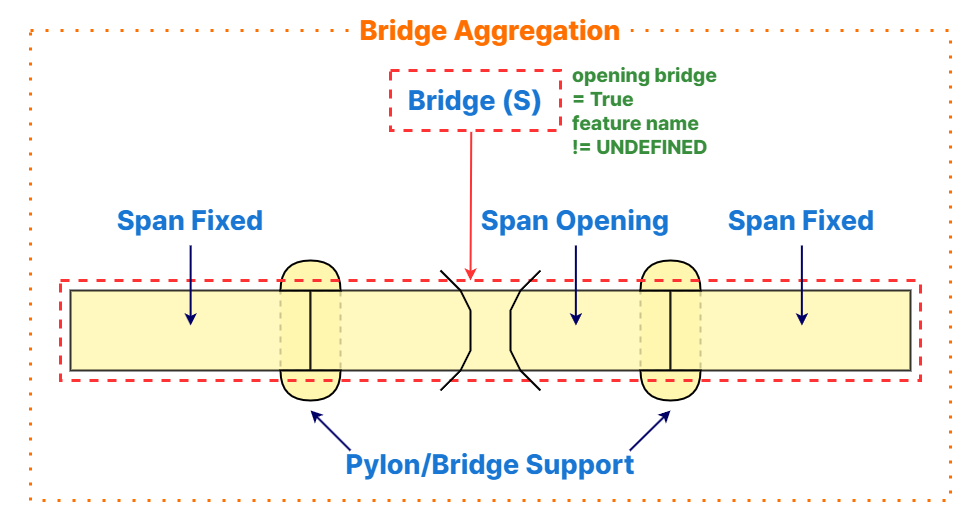
Before: sources/v2.0.0/images/Bridge/Bridge_image-1.png, a diagram exported from draw.io (son411-git/adoc_Test). Source tidied: cells renumbered, new cells last; positions are measured from the earlier drawing's top-left corner, leaving out a move shared by most shapes. Its diagram source:
```xml
<mxGraphModel>
  <root>
    <mxCell id="0" />
    <mxCell id="1" parent="0" />
    <mxCell id="2" style="rounded=0;whiteSpace=wrap;html=1;dashed=1;strokeWidth=3;dashPattern=1 4;strokeColor=none;" parent="1" vertex="1">
      <mxGeometry width="980" height="530" as="geometry" />
    </mxCell>
    <mxCell id="3" style="rounded=0;whiteSpace=wrap;html=1;fillColor=none;dashed=1;strokeColor=#FF6F00;strokeWidth=3;dashPattern=1 4;" parent="1" vertex="1">
      <mxGeometry x="30" y="30" width="920" height="470" as="geometry" />
    </mxCell>
    <mxCell id="4" style="rounded=0;whiteSpace=wrap;html=1;strokeColor=default;fillColor=#fff6af;strokeWidth=2;dashed=1;" parent="1" vertex="1">
      <mxGeometry x="280" y="290" width="60" height="80" as="geometry" />
    </mxCell>
    <mxCell id="5" style="rounded=0;whiteSpace=wrap;html=1;strokeColor=default;fillColor=#fff6af;strokeWidth=2;dashed=1;" parent="1" vertex="1">
      <mxGeometry x="640" y="290" width="60" height="80" as="geometry" />
    </mxCell>
    <mxCell id="6" style="rounded=0;whiteSpace=wrap;html=1;strokeColor=default;fillColor=#fff6af;strokeWidth=2;opacity=80;" parent="1" vertex="1">
      <mxGeometry x="70" y="290" width="240" height="80" as="geometry" />
    </mxCell>
    <mxCell id="7" style="rounded=0;whiteSpace=wrap;html=1;strokeColor=default;fillColor=#fff6af;strokeWidth=2;opacity=80;" parent="1" vertex="1">
      <mxGeometry x="310" y="290" width="360" height="80" as="geometry" />
    </mxCell>
    <mxCell id="8" style="rounded=0;whiteSpace=wrap;html=1;strokeColor=default;fillColor=#fff6af;strokeWidth=2;opacity=80;" parent="1" vertex="1">
      <mxGeometry x="670" y="290" width="240" height="80" as="geometry" />
    </mxCell>
    <mxCell id="9" value="&lt;span style=&quot;color: rgb(25, 118, 210); font-family: &amp;quot;Pretendard ExtraBold&amp;quot;; font-size: 28px; font-style: normal; font-variant-ligatures: normal; font-variant-caps: normal; font-weight: 400; letter-spacing: normal; orphans: 2; text-indent: 0px; text-transform: none; widows: 2; word-spacing: 0px; -webkit-text-stroke-width: 0px; white-space: normal; text-decoration-thickness: initial; text-decoration-style: initial; text-decoration-color: initial; float: none; display: inline !important;&quot;&gt;Span Opening&lt;/span&gt;" style="text;whiteSpace=wrap;html=1;align=center;verticalAlign=middle;" parent="1" vertex="1">
      <mxGeometry x="450" y="190" width="250" height="60" as="geometry" />
    </mxCell>
    <mxCell id="10" value="&lt;span style=&quot;color: rgb(25, 118, 210); font-family: &amp;quot;Pretendard ExtraBold&amp;quot;; font-size: 28px; font-style: normal; font-variant-ligatures: normal; font-variant-caps: normal; font-weight: 400; letter-spacing: normal; orphans: 2; text-indent: 0px; text-transform: none; widows: 2; word-spacing: 0px; -webkit-text-stroke-width: 0px; white-space: normal; text-decoration-thickness: initial; text-decoration-style: initial; text-decoration-color: initial; float: none; display: inline !important;&quot;&gt;Span Fixed&lt;/span&gt;" style="text;whiteSpace=wrap;html=1;align=center;verticalAlign=middle;" parent="1" vertex="1">
      <mxGeometry x="100" y="190" width="180" height="60" as="geometry" />
    </mxCell>
    <mxCell id="11" value="&lt;span style=&quot;color: rgb(25, 118, 210); font-family: &amp;quot;Pretendard ExtraBold&amp;quot;; font-size: 28px; font-style: normal; font-variant-ligatures: normal; font-variant-caps: normal; font-weight: 400; letter-spacing: normal; orphans: 2; text-indent: 0px; text-transform: none; widows: 2; word-spacing: 0px; -webkit-text-stroke-width: 0px; white-space: normal; text-decoration-thickness: initial; text-decoration-style: initial; text-decoration-color: initial; float: none; display: inline !important;&quot;&gt;Span Fixed&lt;/span&gt;" style="text;whiteSpace=wrap;html=1;align=center;verticalAlign=middle;" parent="1" vertex="1">
      <mxGeometry x="711" y="190" width="180" height="60" as="geometry" />
    </mxCell>
    <mxCell id="12" value="&lt;div&gt;&lt;font face=&quot;Pretendard ExtraBold&quot; color=&quot;#1976d2&quot; style=&quot;font-size: 28px;&quot;&gt;Pylon/Bridge Support&lt;/font&gt;&lt;/div&gt;" style="text;html=1;align=center;verticalAlign=middle;whiteSpace=wrap;rounded=0;fontSize=28;" parent="1" vertex="1">
      <mxGeometry x="330" y="434" width="320" height="60" as="geometry" />
    </mxCell>
    <mxCell id="13" style="endArrow=classic;html=1;rounded=0;fontColor=#000066;strokeColor=#000066;strokeWidth=2;" parent="1" edge="1">
      <mxGeometry relative="1" as="geometry">
        <mxPoint x="350" y="450" as="sourcePoint" />
        <mxPoint x="310" y="410" as="targetPoint" />
        <Array as="points">
          <mxPoint x="350" y="450" />
        </Array>
      </mxGeometry>
    </mxCell>
    <mxCell id="14" style="endArrow=classic;html=1;rounded=0;fontColor=#000066;strokeColor=#000066;strokeWidth=2;" parent="1" edge="1">
      <mxGeometry relative="1" as="geometry">
        <mxPoint x="629.3" y="450" as="sourcePoint" />
        <mxPoint x="670" y="410" as="targetPoint" />
        <Array as="points">
          <mxPoint x="630" y="450" />
        </Array>
      </mxGeometry>
    </mxCell>
    <mxCell id="15" style="shape=or;whiteSpace=wrap;html=1;rotation=-90;rounded=0;strokeColor=default;strokeWidth=2;align=center;verticalAlign=middle;fontFamily=Helvetica;fontSize=12;fontColor=default;fillColor=#fff6af;" parent="1" vertex="1">
      <mxGeometry x="655" y="245" width="30" height="60" as="geometry" />
    </mxCell>
    <mxCell id="16" style="shape=or;whiteSpace=wrap;html=1;rotation=-90;rounded=0;strokeColor=default;strokeWidth=2;align=center;verticalAlign=middle;fontFamily=Helvetica;fontSize=12;fontColor=default;fillColor=#fff6af;" parent="1" vertex="1">
      <mxGeometry x="295" y="245" width="30" height="60" as="geometry" />
    </mxCell>
    <mxCell id="17" style="shape=or;whiteSpace=wrap;html=1;rotation=-90;rounded=0;strokeColor=default;strokeWidth=2;align=center;verticalAlign=middle;fontFamily=Helvetica;fontSize=12;fontColor=default;fillColor=#fff6af;direction=west;" parent="1" vertex="1">
      <mxGeometry x="655" y="355" width="30" height="60" as="geometry" />
    </mxCell>
    <mxCell id="18" style="shape=or;whiteSpace=wrap;html=1;rotation=-90;rounded=0;strokeColor=default;strokeWidth=2;align=center;verticalAlign=middle;fontFamily=Helvetica;fontSize=12;fontColor=default;fillColor=#fff6af;direction=west;" parent="1" vertex="1">
      <mxGeometry x="295" y="355" width="30" height="60" as="geometry" />
    </mxCell>
    <mxCell id="19" value="&lt;div&gt;&lt;font face=&quot;Pretendard ExtraBold&quot; color=&quot;#1976d2&quot; style=&quot;font-size: 28px;&quot;&gt;Bridge (S)&lt;/font&gt;&lt;/div&gt;" style="text;html=1;align=center;verticalAlign=middle;whiteSpace=wrap;rounded=0;fontSize=28;strokeColor=#FF3333;dashed=1;strokeWidth=3;" parent="1" vertex="1">
      <mxGeometry x="390" y="70" width="170" height="60" as="geometry" />
    </mxCell>
    <mxCell id="20" style="rounded=0;whiteSpace=wrap;html=1;fillColor=none;dashed=1;strokeColor=#FF3333;strokeWidth=3;" parent="1" vertex="1">
      <mxGeometry x="60" y="280" width="860" height="100" as="geometry" />
    </mxCell>
    <mxCell id="21" style="endArrow=classic;html=1;rounded=0;fontColor=#000066;strokeColor=#000066;strokeWidth=2;endSize=6;" parent="1" edge="1">
      <mxGeometry relative="1" as="geometry">
        <mxPoint x="190.2" y="245" as="sourcePoint" />
        <mxPoint x="190" y="325" as="targetPoint" />
        <Array as="points">
          <mxPoint x="190.1" y="325" />
        </Array>
      </mxGeometry>
    </mxCell>
    <mxCell id="22" style="endArrow=classic;html=1;rounded=0;fontColor=#FF3333;strokeColor=#FF3333;strokeWidth=2;endSize=6;jumpStyle=arc;exitX=0.475;exitY=1.023;exitDx=0;exitDy=0;exitPerimeter=0;" parent="1" edge="1" source="19">
      <mxGeometry relative="1" as="geometry">
        <mxPoint x="470" y="280" as="targetPoint" />
        <Array as="points">
          <mxPoint x="470" y="280" />
        </Array>
      </mxGeometry>
    </mxCell>
    <mxCell id="23" style="group;" parent="1" vertex="1">
      <mxGeometry x="440" y="270" width="100" height="120" as="geometry" />
    </mxCell>
    <mxCell id="24" style="endArrow=none;html=1;rounded=0;strokeWidth=2;" parent="23" edge="1">
      <mxGeometry relative="1" as="geometry">
        <mxPoint y="120" as="sourcePoint" />
        <mxPoint as="targetPoint" />
        <Array as="points">
          <mxPoint x="10" y="110" />
          <mxPoint x="20" y="100" />
          <mxPoint x="30" y="80" />
          <mxPoint x="30" y="60" />
          <mxPoint x="30" y="40" />
          <mxPoint x="20" y="20" />
          <mxPoint x="10" y="10" />
        </Array>
      </mxGeometry>
    </mxCell>
    <mxCell id="25" style="endArrow=none;html=1;rounded=0;strokeWidth=2;" parent="23" edge="1">
      <mxGeometry relative="1" as="geometry">
        <mxPoint x="100" y="120" as="sourcePoint" />
        <mxPoint x="100" as="targetPoint" />
        <Array as="points">
          <mxPoint x="90" y="110" />
          <mxPoint x="80" y="100" />
          <mxPoint x="70" y="80" />
          <mxPoint x="70" y="60" />
          <mxPoint x="70" y="40" />
          <mxPoint x="80" y="20" />
          <mxPoint x="90" y="10" />
        </Array>
      </mxGeometry>
    </mxCell>
    <mxCell id="26" value="&lt;div&gt;&lt;font style=&quot;font-size: 28px;&quot; face=&quot;Pretendard ExtraBold&quot;&gt;Bridge Aggregation&lt;/font&gt;&lt;/div&gt;" style="text;html=1;align=center;verticalAlign=middle;whiteSpace=wrap;rounded=0;fontSize=28;fontColor=#FF6F00;fillColor=default;" parent="1" vertex="1">
      <mxGeometry x="350" width="280" height="60" as="geometry" />
    </mxCell>
    <mxCell id="27" style="endArrow=classic;html=1;rounded=0;fontColor=#000066;strokeColor=#000066;strokeWidth=2;endSize=6;" parent="1" edge="1">
      <mxGeometry relative="1" as="geometry">
        <mxPoint x="575.4" y="245" as="sourcePoint" />
        <mxPoint x="575.2" y="325" as="targetPoint" />
        <Array as="points">
          <mxPoint x="575.3" y="325" />
        </Array>
      </mxGeometry>
    </mxCell>
    <mxCell id="28" style="endArrow=classic;html=1;rounded=0;fontColor=#000066;strokeColor=#000066;strokeWidth=2;endSize=6;" parent="1" edge="1">
      <mxGeometry relative="1" as="geometry">
        <mxPoint x="801.4" y="245" as="sourcePoint" />
        <mxPoint x="801.2" y="325" as="targetPoint" />
        <Array as="points">
          <mxPoint x="801.3" y="325" />
        </Array>
      </mxGeometry>
    </mxCell>
    <mxCell id="29" value="&lt;div style=&quot;font-size: 20px;&quot;&gt;&lt;font style=&quot;font-size: 20px;&quot; face=&quot;Pretendard ExtraBold&quot; color=&quot;#388e3c&quot;&gt;opening bridge&amp;nbsp;&lt;/font&gt;&lt;/div&gt;&lt;div style=&quot;font-size: 20px;&quot;&gt;&lt;font style=&quot;font-size: 20px;&quot; face=&quot;Pretendard ExtraBold&quot; color=&quot;#388e3c&quot;&gt;= True&lt;br&gt;feature name&lt;/font&gt;&lt;/div&gt;&lt;div style=&quot;font-size: 20px;&quot;&gt;&lt;font style=&quot;font-size: 20px;&quot; face=&quot;Pretendard ExtraBold&quot; color=&quot;#388e3c&quot;&gt;!= UNDEFINED&lt;/font&gt;&lt;/div&gt;" style="text;html=1;align=left;verticalAlign=middle;whiteSpace=wrap;rounded=0;fontSize=28;" parent="1" vertex="1">
      <mxGeometry x="570" y="80" width="370" height="60" as="geometry" />
    </mxCell>
  </root>
</mxGraphModel>
```
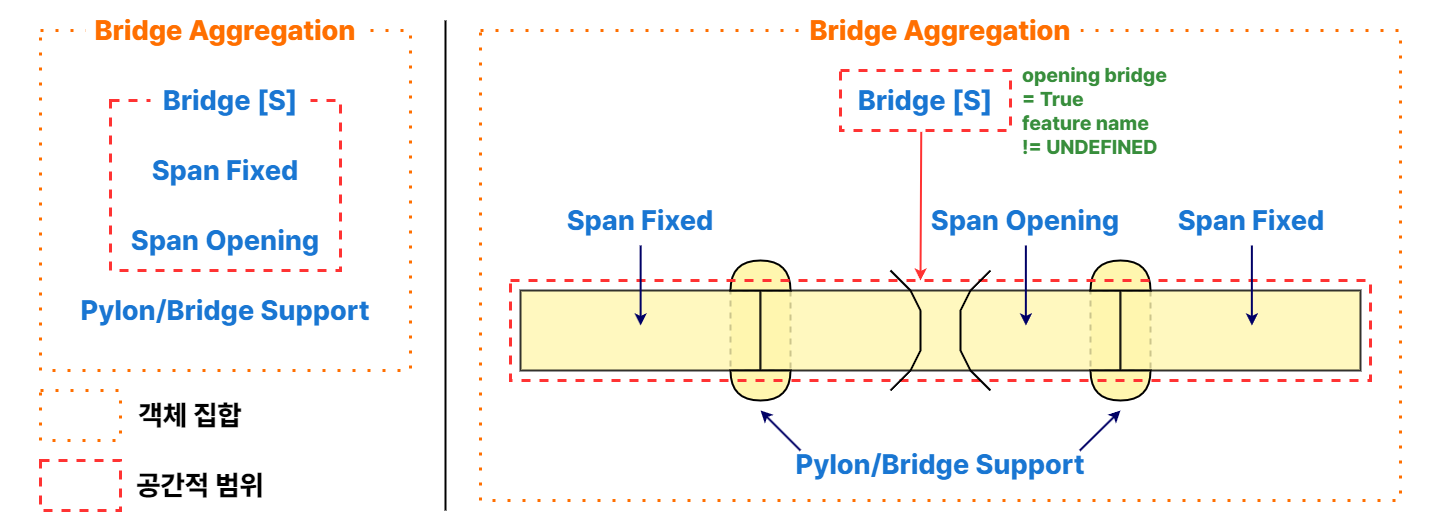
After the commit.

What changed in the source:
```diff
@@ -3,7 +3,7 @@
     <mxCell id="0" />
     <mxCell id="1" parent="0" />
     <mxCell id="2" style="rounded=0;whiteSpace=wrap;html=1;dashed=1;strokeWidth=3;dashPattern=1 4;strokeColor=none;" parent="1" vertex="1">
-      <mxGeometry width="980" height="530" as="geometry" />
+      <mxGeometry x="-450" width="1430" height="530" as="geometry" />
     </mxCell>
     <mxCell id="3" style="rounded=0;whiteSpace=wrap;html=1;fillColor=none;dashed=1;strokeColor=#FF6F00;strokeWidth=3;dashPattern=1 4;" parent="1" vertex="1">
       <mxGeometry x="30" y="30" width="920" height="470" as="geometry" />
@@ -65,7 +65,7 @@
     <mxCell id="18" style="shape=or;whiteSpace=wrap;html=1;rotation=-90;rounded=0;strokeColor=default;strokeWidth=2;align=center;verticalAlign=middle;fontFamily=Helvetica;fontSize=12;fontColor=default;fillColor=#fff6af;direction=west;" parent="1" vertex="1">
       <mxGeometry x="295" y="355" width="30" height="60" as="geometry" />
     </mxCell>
-    <mxCell id="19" value="&lt;div&gt;&lt;font face=&quot;Pretendard ExtraBold&quot; color=&quot;#1976d2&quot; style=&quot;font-size: 28px;&quot;&gt;Bridge (S)&lt;/font&gt;&lt;/div&gt;" style="text;html=1;align=center;verticalAlign=middle;whiteSpace=wrap;rounded=0;fontSize=28;strokeColor=#FF3333;dashed=1;strokeWidth=3;" parent="1" vertex="1">
+    <mxCell id="19" value="&lt;div&gt;&lt;font face=&quot;Pretendard ExtraBold&quot; color=&quot;#1976d2&quot; style=&quot;font-size: 28px;&quot;&gt;Bridge [S]&lt;/font&gt;&lt;/div&gt;" style="text;html=1;align=center;verticalAlign=middle;whiteSpace=wrap;rounded=0;fontSize=28;strokeColor=#FF3333;dashed=1;strokeWidth=3;" parent="1" vertex="1">
       <mxGeometry x="390" y="70" width="170" height="60" as="geometry" />
     </mxCell>
     <mxCell id="20" style="rounded=0;whiteSpace=wrap;html=1;fillColor=none;dashed=1;strokeColor=#FF3333;strokeWidth=3;" parent="1" vertex="1">
@@ -145,5 +145,41 @@
     <mxCell id="29" value="&lt;div style=&quot;font-size: 20px;&quot;&gt;&lt;font style=&quot;font-size: 20px;&quot; face=&quot;Pretendard ExtraBold&quot; color=&quot;#388e3c&quot;&gt;opening bridge&amp;nbsp;&lt;/font&gt;&lt;/div&gt;&lt;div style=&quot;font-size: 20px;&quot;&gt;&lt;font style=&quot;font-size: 20px;&quot; face=&quot;Pretendard ExtraBold&quot; color=&quot;#388e3c&quot;&gt;= True&lt;br&gt;feature name&lt;/font&gt;&lt;/div&gt;&lt;div style=&quot;font-size: 20px;&quot;&gt;&lt;font style=&quot;font-size: 20px;&quot; face=&quot;Pretendard ExtraBold&quot; color=&quot;#388e3c&quot;&gt;!= UNDEFINED&lt;/font&gt;&lt;/div&gt;" style="text;html=1;align=left;verticalAlign=middle;whiteSpace=wrap;rounded=0;fontSize=28;" parent="1" vertex="1">
       <mxGeometry x="570" y="80" width="370" height="60" as="geometry" />
     </mxCell>
+    <mxCell id="30" value="&lt;span style=&quot;color: rgb(25, 118, 210); font-family: &amp;quot;Pretendard ExtraBold&amp;quot;; font-size: 28px; font-style: normal; font-variant-ligatures: normal; font-variant-caps: normal; font-weight: 400; letter-spacing: normal; orphans: 2; text-indent: 0px; text-transform: none; widows: 2; word-spacing: 0px; -webkit-text-stroke-width: 0px; white-space: normal; text-decoration-thickness: initial; text-decoration-style: initial; text-decoration-color: initial; float: none; display: inline !important;&quot;&gt;Span Fixed&lt;/span&gt;" style="text;whiteSpace=wrap;html=1;align=center;verticalAlign=middle;" parent="1" vertex="1">
+      <mxGeometry x="-315" y="140" width="180" height="60" as="geometry" />
+    </mxCell>
+    <mxCell id="31" value="&lt;span style=&quot;color: rgb(25, 118, 210); font-family: &amp;quot;Pretendard ExtraBold&amp;quot;; font-size: 28px; font-style: normal; font-variant-ligatures: normal; font-variant-caps: normal; font-weight: 400; letter-spacing: normal; orphans: 2; text-indent: 0px; text-transform: none; widows: 2; word-spacing: 0px; -webkit-text-stroke-width: 0px; white-space: normal; text-decoration-thickness: initial; text-decoration-style: initial; text-decoration-color: initial; float: none; display: inline !important;&quot;&gt;Span Opening&lt;/span&gt;" style="text;whiteSpace=wrap;html=1;align=center;verticalAlign=middle;" parent="1" vertex="1">
+      <mxGeometry x="-350" y="210" width="250" height="60" as="geometry" />
+    </mxCell>
+    <mxCell id="32" value="&lt;div&gt;&lt;font face=&quot;Pretendard ExtraBold&quot; color=&quot;#1976d2&quot; style=&quot;font-size: 28px;&quot;&gt;Pylon/Bridge Support&lt;/font&gt;&lt;/div&gt;" style="text;html=1;align=center;verticalAlign=middle;whiteSpace=wrap;rounded=0;fontSize=28;" parent="1" vertex="1">
+      <mxGeometry x="-385" y="280" width="320" height="60" as="geometry" />
+    </mxCell>
+    <mxCell id="33" style="rounded=0;whiteSpace=wrap;html=1;fillColor=none;dashed=1;strokeColor=#FF6F00;strokeWidth=3;dashPattern=1 4;" parent="1" vertex="1">
+      <mxGeometry x="-410" y="30" width="370" height="340" as="geometry" />
+    </mxCell>
+    <mxCell id="34" value="&lt;div&gt;&lt;font style=&quot;font-size: 28px;&quot; face=&quot;Pretendard ExtraBold&quot;&gt;Bridge Aggregation&lt;/font&gt;&lt;/div&gt;" style="text;html=1;align=center;verticalAlign=middle;whiteSpace=wrap;rounded=0;fontSize=28;fontColor=#FF6F00;fillColor=default;" parent="1" vertex="1">
+      <mxGeometry x="-365" width="280" height="60" as="geometry" />
+    </mxCell>
+    <mxCell id="35" style="rounded=0;whiteSpace=wrap;html=1;fillColor=none;dashed=1;strokeColor=#FF3333;strokeWidth=3;" parent="1" vertex="1">
+      <mxGeometry x="-340" y="100" width="230" height="170" as="geometry" />
+    </mxCell>
+    <mxCell id="36" value="&lt;div&gt;&lt;font face=&quot;Pretendard ExtraBold&quot; color=&quot;#1976d2&quot; style=&quot;font-size: 28px;&quot;&gt;Bridge [S]&lt;/font&gt;&lt;/div&gt;" style="text;html=1;align=center;verticalAlign=middle;whiteSpace=wrap;rounded=0;fontSize=28;strokeColor=none;dashed=1;strokeWidth=3;fillColor=default;" parent="1" vertex="1">
+      <mxGeometry x="-300" y="70" width="160" height="60" as="geometry" />
+    </mxCell>
+    <mxCell id="37" style="rounded=0;whiteSpace=wrap;html=1;fillColor=none;dashed=1;strokeColor=#FF6F00;strokeWidth=3;dashPattern=1 4;" parent="1" vertex="1">
+      <mxGeometry x="-410" y="390" width="80" height="50" as="geometry" />
+    </mxCell>
+    <mxCell id="38" style="rounded=0;whiteSpace=wrap;html=1;fillColor=none;dashed=1;strokeColor=#FF3333;strokeWidth=3;" parent="1" vertex="1">
+      <mxGeometry x="-410" y="460" width="80" height="50" as="geometry" />
+    </mxCell>
+    <mxCell id="39" value="&lt;font face=&quot;Pretendard ExtraBold&quot;&gt;공간적 범위&lt;/font&gt;" style="text;html=1;align=center;verticalAlign=middle;whiteSpace=wrap;rounded=0;fontSize=28;fontColor=default;" parent="1" vertex="1">
+      <mxGeometry x="-320" y="455" width="140" height="60" as="geometry" />
+    </mxCell>
+    <mxCell id="40" value="&lt;font face=&quot;Pretendard ExtraBold&quot;&gt;객체 집합&lt;/font&gt;" style="text;html=1;align=center;verticalAlign=middle;whiteSpace=wrap;rounded=0;fontSize=28;fontColor=default;" parent="1" vertex="1">
+      <mxGeometry x="-330" y="385" width="140" height="60" as="geometry" />
+    </mxCell>
+    <mxCell id="41" style="line;strokeWidth=2;direction=south;html=1;" parent="1" vertex="1">
+      <mxGeometry x="-10" y="20" width="10" height="490" as="geometry" />
+    </mxCell>
   </root>
 </mxGraphModel>
```
